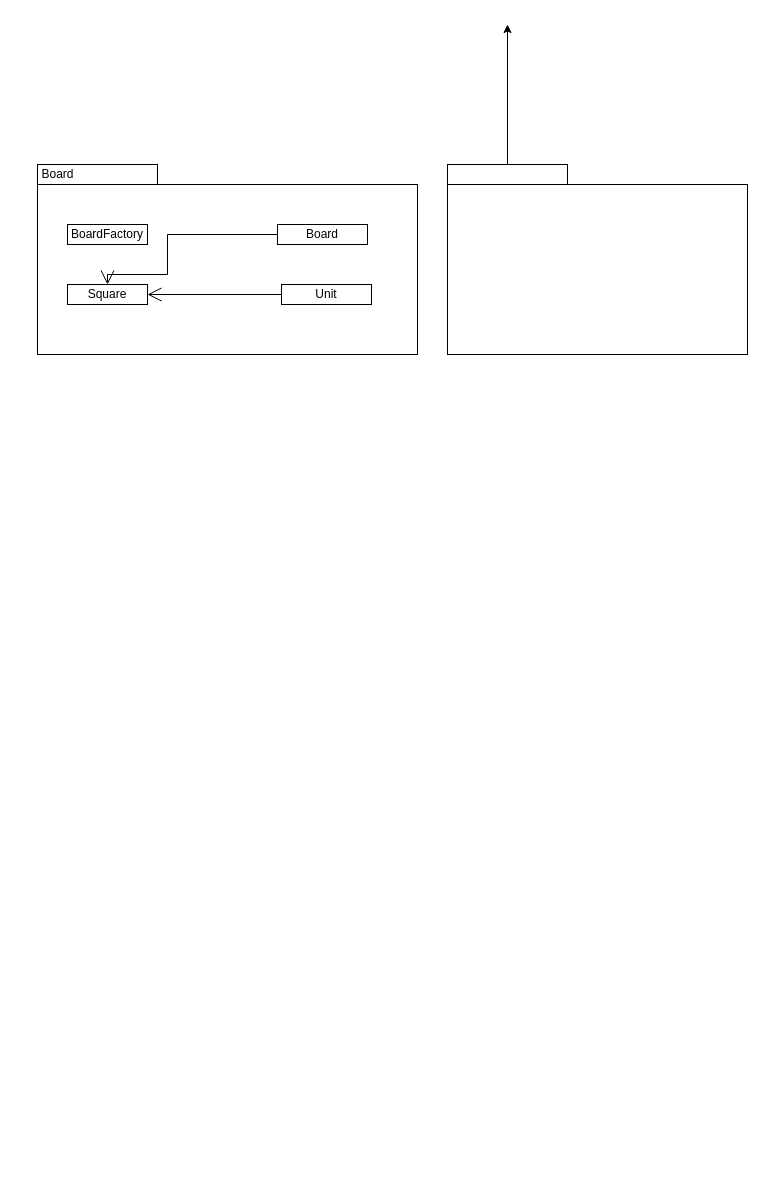
The draw.io diagram Untitled Diagram.drawio in rupalsaxena/Software-Construction, before the edit. Source tidied: cells renumbered, new cells numbered last; positions are measured from the earlier drawing's top-left corner, leaving out a move shared by most shapes. Both pictures are drawn from the tidied source at 100%, with x=0, y=0 at pixel (32, 24).
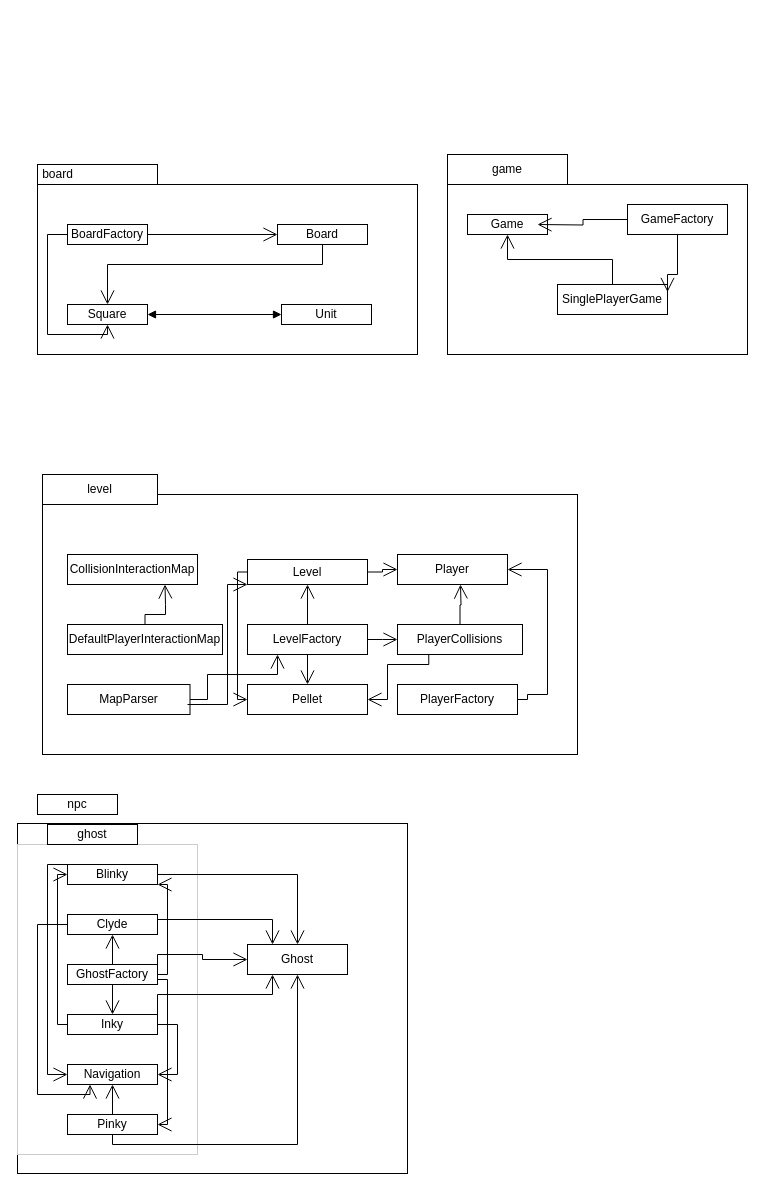
Above is the later version.

The change refers to these unchanged cells:
```xml
<mxCell id="5" value="BoardFactory" style="rounded=0;whiteSpace=wrap;html=1;" parent="1" vertex="1">
  <mxGeometry x="35" y="200" width="80" height="20" as="geometry" />
</mxCell>
<mxCell id="6" value="Board" style="rounded=0;whiteSpace=wrap;html=1;" parent="1" vertex="1">
  <mxGeometry x="245" y="200" width="90" height="20" as="geometry" />
</mxCell>
```

The edit, as a diff of the source:
```diff
@@
-    <mxCell id="4" value="Board" style="text;html=1;align=center;verticalAlign=middle;strokeColor=none;fillColor=none;" parent="1" vertex="1">
+    <mxCell id="4" value="board" style="text;html=1;align=center;verticalAlign=middle;strokeColor=none;fillColor=none;" parent="1" vertex="1">
       <mxGeometry y="140" width="50" height="20" as="geometry" />
     </mxCell>
@@
     <mxCell id="7" value="Square" style="rounded=0;whiteSpace=wrap;html=1;" parent="1" vertex="1">
-      <mxGeometry x="35" y="260" width="80" height="20" as="geometry" />
+      <mxGeometry x="35" y="280" width="80" height="20" as="geometry" />
     </mxCell>
@@
-    <mxCell id="9" style="edgeStyle=orthogonalEdgeStyle;rounded=0;jettySize=auto;html=1;" parent="1" edge="1" source="10">
-      <mxGeometry relative="1" as="geometry">
-        <mxPoint x="475" as="targetPoint" />
-      </mxGeometry>
-    </mxCell>
-    <mxCell id="10" style="rounded=0;whiteSpace=wrap;html=1;" parent="1" vertex="1">
-      <mxGeometry x="415" y="140" width="120" height="20" as="geometry" />
+    <mxCell id="10" value="game" style="rounded=0;whiteSpace=wrap;html=1;" parent="1" vertex="1">
+      <mxGeometry x="415" y="130" width="120" height="30" as="geometry" />
     </mxCell>
-    <mxCell id="11" style="endArrow=open;endFill=1;endSize=12;html=1;rounded=0;edgeStyle=orthogonalEdgeStyle;entryX=1;entryY=0.5;entryDx=0;entryDy=0;startArrow=none;" parent="1" edge="1" source="12" target="7">
-      <mxGeometry relative="1" as="geometry" />
-    </mxCell>
     <mxCell id="12" value="Unit" style="rounded=0;whiteSpace=wrap;html=1;" parent="1" vertex="1">
-      <mxGeometry x="249" y="260" width="90" height="20" as="geometry" />
+      <mxGeometry x="249" y="280" width="90" height="20" as="geometry" />
     </mxCell>
     <mxCell id="13" style="endArrow=open;endFill=1;endSize=12;html=1;rounded=0;edgeStyle=orthogonalEdgeStyle;" parent="1" edge="1" source="6" target="7">
       <mxGeometry relative="1" as="geometry">
         <Array as="points">
-          <mxPoint x="135" y="210" />
-          <mxPoint x="135" y="250" />
-          <mxPoint x="75" y="250" />
+          <mxPoint x="290" y="240" />
+          <mxPoint x="75" y="240" />
         </Array>
       </mxGeometry>
     </mxCell>
+    <mxCell id="14" style="endArrow=open;endFill=1;endSize=12;html=1;rounded=0;edgeStyle=orthogonalEdgeStyle;" parent="1" edge="1" source="5" target="6">
+      <mxGeometry relative="1" as="geometry" />
+    </mxCell>
+    <mxCell id="15" style="endArrow=open;endFill=1;endSize=12;html=1;rounded=0;edgeStyle=orthogonalEdgeStyle;entryX=0.5;entryY=1;entryDx=0;entryDy=0;exitX=0;exitY=0.5;exitDx=0;exitDy=0;" parent="1" edge="1" source="5" target="7">
+      <mxGeometry relative="1" as="geometry">
+        <Array as="points">
+          <mxPoint x="15" y="210" />
+          <mxPoint x="15" y="310" />
+          <mxPoint x="75" y="310" />
+        </Array>
+      </mxGeometry>
+    </mxCell>
+    <mxCell id="16" style="endArrow=block;startArrow=block;endFill=1;startFill=1;html=1;rounded=0;edgeStyle=orthogonalEdgeStyle;entryX=0;entryY=0.5;entryDx=0;entryDy=0;exitX=1;exitY=0.5;exitDx=0;exitDy=0;" parent="1" edge="1" source="7" target="12">
+      <mxGeometry relative="1" as="geometry" />
+    </mxCell>
+    <mxCell id="17" value="Game" style="rounded=0;whiteSpace=wrap;html=1;" parent="1" vertex="1">
+      <mxGeometry x="435" y="190" width="80" height="20" as="geometry" />
+    </mxCell>
+    <mxCell id="18" value="SinglePlayerGame" style="rounded=0;whiteSpace=wrap;html=1;" parent="1" vertex="1">
+      <mxGeometry x="525" y="260" width="110" height="30" as="geometry" />
+    </mxCell>
+    <mxCell id="19" value="GameFactory" style="rounded=0;whiteSpace=wrap;html=1;" parent="1" vertex="1">
+      <mxGeometry x="595" y="180" width="100" height="30" as="geometry" />
+    </mxCell>
+    <mxCell id="20" style="endArrow=open;endFill=1;endSize=12;html=1;rounded=0;edgeStyle=orthogonalEdgeStyle;exitX=0;exitY=0.5;exitDx=0;exitDy=0;" parent="1" edge="1" source="19">
+      <mxGeometry relative="1" as="geometry">
+        <mxPoint x="505" y="200" as="targetPoint" />
+      </mxGeometry>
+    </mxCell>
+    <mxCell id="21" style="endArrow=open;endFill=1;endSize=12;html=1;rounded=0;edgeStyle=orthogonalEdgeStyle;exitX=0.5;exitY=1;exitDx=0;exitDy=0;entryX=1;entryY=0.25;entryDx=0;entryDy=0;" parent="1" edge="1" source="19" target="18">
+      <mxGeometry relative="1" as="geometry">
+        <Array as="points">
+          <mxPoint x="645" y="250" />
+          <mxPoint x="635" y="250" />
+        </Array>
+      </mxGeometry>
+    </mxCell>
+    <mxCell id="22" style="endArrow=open;endFill=1;endSize=12;html=1;rounded=0;edgeStyle=orthogonalEdgeStyle;exitX=0.5;exitY=0;exitDx=0;exitDy=0;entryX=0.5;entryY=1;entryDx=0;entryDy=0;" parent="1" edge="1" source="18" target="17">
+      <mxGeometry relative="1" as="geometry" />
+    </mxCell>
+    <mxCell id="23" style="rounded=0;whiteSpace=wrap;html=1;" parent="1" vertex="1">
+      <mxGeometry x="10" y="470" width="535" height="260" as="geometry" />
+    </mxCell>
+    <mxCell id="24" value="level" style="rounded=0;whiteSpace=wrap;html=1;" parent="1" vertex="1">
+      <mxGeometry x="10" y="450" width="115" height="30" as="geometry" />
+    </mxCell>
+    <mxCell id="25" value="CollisionInteractionMap" style="rounded=0;whiteSpace=wrap;html=1;" parent="1" vertex="1">
+      <mxGeometry x="35" y="530" width="130" height="30" as="geometry" />
+    </mxCell>
+    <mxCell id="26" value="DefaultPlayerInteractionMap" style="rounded=0;whiteSpace=wrap;html=1;" parent="1" vertex="1">
+      <mxGeometry x="35" y="600" width="155" height="30" as="geometry" />
+    </mxCell>
+    <mxCell id="27" value="Level" style="rounded=0;whiteSpace=wrap;html=1;" parent="1" vertex="1">
+      <mxGeometry x="215" y="535" width="120" height="25" as="geometry" />
+    </mxCell>
+    <mxCell id="28" value="LevelFactory" style="rounded=0;whiteSpace=wrap;html=1;" parent="1" vertex="1">
+      <mxGeometry x="215" y="600" width="120" height="30" as="geometry" />
+    </mxCell>
+    <mxCell id="29" value="MapParser" style="rounded=0;whiteSpace=wrap;html=1;" parent="1" vertex="1">
+      <mxGeometry x="35" y="660" width="122.5" height="30" as="geometry" />
+    </mxCell>
+    <mxCell id="30" value="Pellet" style="rounded=0;whiteSpace=wrap;html=1;" parent="1" vertex="1">
+      <mxGeometry x="215" y="660" width="120" height="30" as="geometry" />
+    </mxCell>
+    <mxCell id="31" value="Player" style="rounded=0;whiteSpace=wrap;html=1;" parent="1" vertex="1">
+      <mxGeometry x="365" y="530" width="110" height="30" as="geometry" />
+    </mxCell>
+    <mxCell id="32" value="PlayerCollisions" style="rounded=0;whiteSpace=wrap;html=1;" parent="1" vertex="1">
+      <mxGeometry x="365" y="600" width="125" height="30" as="geometry" />
+    </mxCell>
+    <mxCell id="33" value="PlayerFactory" style="rounded=0;whiteSpace=wrap;html=1;" parent="1" vertex="1">
+      <mxGeometry x="365" y="660" width="120" height="30" as="geometry" />
+    </mxCell>
+    <mxCell id="34" style="endArrow=open;endFill=1;endSize=12;html=1;rounded=0;edgeStyle=orthogonalEdgeStyle;exitX=0.5;exitY=0;exitDx=0;exitDy=0;entryX=0.75;entryY=1;entryDx=0;entryDy=0;" parent="1" edge="1" source="26" target="25">
+      <mxGeometry relative="1" as="geometry">
+        <Array as="points">
+          <mxPoint x="113" y="590" />
+          <mxPoint x="133" y="590" />
+          <mxPoint x="133" y="580" />
+          <mxPoint x="133" y="580" />
+        </Array>
+      </mxGeometry>
+    </mxCell>
+    <mxCell id="35" style="endArrow=open;endFill=1;endSize=12;html=1;rounded=0;edgeStyle=orthogonalEdgeStyle;exitX=1;exitY=0.5;exitDx=0;exitDy=0;entryX=0;entryY=0.5;entryDx=0;entryDy=0;" parent="1" edge="1" source="27" target="31">
+      <mxGeometry relative="1" as="geometry" />
+    </mxCell>
+    <mxCell id="36" style="endArrow=open;endFill=1;endSize=12;html=1;rounded=0;edgeStyle=orthogonalEdgeStyle;exitX=0.5;exitY=0;exitDx=0;exitDy=0;entryX=0.5;entryY=1;entryDx=0;entryDy=0;" parent="1" edge="1" source="28" target="27">
+      <mxGeometry relative="1" as="geometry" />
+    </mxCell>
+    <mxCell id="37" style="endArrow=open;endFill=1;endSize=12;html=1;rounded=0;edgeStyle=orthogonalEdgeStyle;exitX=1;exitY=0.5;exitDx=0;exitDy=0;" parent="1" edge="1" source="28">
+      <mxGeometry relative="1" as="geometry">
+        <mxPoint x="365" y="615" as="targetPoint" />
+      </mxGeometry>
+    </mxCell>
+    <mxCell id="38" style="endArrow=open;endFill=1;endSize=12;html=1;rounded=0;edgeStyle=orthogonalEdgeStyle;exitX=0.5;exitY=1;exitDx=0;exitDy=0;entryX=0.5;entryY=0;entryDx=0;entryDy=0;" parent="1" edge="1" source="28" target="30">
+      <mxGeometry relative="1" as="geometry" />
+    </mxCell>
+    <mxCell id="39" style="endArrow=open;endFill=1;endSize=12;html=1;rounded=0;edgeStyle=orthogonalEdgeStyle;exitX=0;exitY=0.5;exitDx=0;exitDy=0;entryX=0;entryY=0.5;entryDx=0;entryDy=0;" parent="1" edge="1" source="27" target="30">
+      <mxGeometry relative="1" as="geometry" />
+    </mxCell>
+    <mxCell id="40" style="endArrow=open;endFill=1;endSize=12;html=1;rounded=0;edgeStyle=orthogonalEdgeStyle;exitX=1;exitY=0.5;exitDx=0;exitDy=0;entryX=0.25;entryY=1;entryDx=0;entryDy=0;" parent="1" edge="1" source="29" target="28">
+      <mxGeometry relative="1" as="geometry">
+        <Array as="points">
+          <mxPoint x="175" y="675" />
+          <mxPoint x="175" y="650" />
+          <mxPoint x="245" y="650" />
+        </Array>
+      </mxGeometry>
+    </mxCell>
+    <mxCell id="41" style="endArrow=open;endFill=1;endSize=12;html=1;rounded=0;edgeStyle=orthogonalEdgeStyle;entryX=0;entryY=1;entryDx=0;entryDy=0;" parent="1" edge="1" target="27">
+      <mxGeometry relative="1" as="geometry">
+        <mxPoint x="155" y="680" as="sourcePoint" />
+        <Array as="points">
+          <mxPoint x="195" y="680" />
+          <mxPoint x="195" y="560" />
+        </Array>
+      </mxGeometry>
+    </mxCell>
+    <mxCell id="42" style="endArrow=open;endFill=1;endSize=12;html=1;rounded=0;edgeStyle=orthogonalEdgeStyle;exitX=0.25;exitY=1;exitDx=0;exitDy=0;entryX=1;entryY=0.5;entryDx=0;entryDy=0;" parent="1" edge="1" source="32" target="30">
+      <mxGeometry relative="1" as="geometry">
+        <Array as="points">
+          <mxPoint x="396" y="640" />
+          <mxPoint x="355" y="640" />
+          <mxPoint x="355" y="675" />
+        </Array>
+      </mxGeometry>
+    </mxCell>
+    <mxCell id="43" style="endArrow=open;endFill=1;endSize=12;html=1;rounded=0;edgeStyle=orthogonalEdgeStyle;exitX=0.5;exitY=0;exitDx=0;exitDy=0;" parent="1" edge="1" source="32">
+      <mxGeometry relative="1" as="geometry">
+        <mxPoint x="428" y="560" as="targetPoint" />
+      </mxGeometry>
+    </mxCell>
+    <mxCell id="44" style="endArrow=open;endFill=1;endSize=12;html=1;rounded=0;edgeStyle=orthogonalEdgeStyle;exitX=1;exitY=0.5;exitDx=0;exitDy=0;entryX=1;entryY=0.5;entryDx=0;entryDy=0;" parent="1" edge="1" source="33" target="31">
+      <mxGeometry relative="1" as="geometry">
+        <Array as="points">
+          <mxPoint x="495" y="675" />
+          <mxPoint x="495" y="670" />
+          <mxPoint x="515" y="670" />
+          <mxPoint x="515" y="545" />
+        </Array>
+      </mxGeometry>
+    </mxCell>
+    <mxCell id="45" style="rounded=0;whiteSpace=wrap;html=1;" parent="1" vertex="1">
+      <mxGeometry x="-15" y="799" width="390" height="350" as="geometry" />
+    </mxCell>
+    <mxCell id="46" value="npc" style="rounded=0;whiteSpace=wrap;html=1;" parent="1" vertex="1">
+      <mxGeometry x="5" y="770" width="80" height="20" as="geometry" />
+    </mxCell>
+    <mxCell id="47" style="rounded=0;whiteSpace=wrap;html=1;strokeColor=#CCCCCC;" parent="1" vertex="1">
+      <mxGeometry x="-15" y="820" width="180" height="310" as="geometry" />
+    </mxCell>
+    <mxCell id="48" value="Blinky" style="rounded=0;whiteSpace=wrap;html=1;" parent="1" vertex="1">
+      <mxGeometry x="35" y="840" width="90" height="20" as="geometry" />
+    </mxCell>
+    <mxCell id="49" value="ghost" style="rounded=0;whiteSpace=wrap;html=1;" parent="1" vertex="1">
+      <mxGeometry x="15" y="800" width="90" height="20" as="geometry" />
+    </mxCell>
+    <mxCell id="50" value="Clyde" style="rounded=0;whiteSpace=wrap;html=1;" parent="1" vertex="1">
+      <mxGeometry x="35" y="890" width="90" height="20" as="geometry" />
+    </mxCell>
+    <mxCell id="51" value="GhostFactory" style="rounded=0;whiteSpace=wrap;html=1;" parent="1" vertex="1">
+      <mxGeometry x="35" y="940" width="90" height="20" as="geometry" />
+    </mxCell>
+    <mxCell id="52" value="Inky" style="rounded=0;whiteSpace=wrap;html=1;" parent="1" vertex="1">
+      <mxGeometry x="35" y="990" width="90" height="20" as="geometry" />
+    </mxCell>
+    <mxCell id="53" value="Navigation" style="rounded=0;whiteSpace=wrap;html=1;" parent="1" vertex="1">
+      <mxGeometry x="35" y="1040" width="90" height="20" as="geometry" />
+    </mxCell>
+    <mxCell id="54" value="Pinky" style="rounded=0;whiteSpace=wrap;html=1;" parent="1" vertex="1">
+      <mxGeometry x="35" y="1090" width="90" height="20" as="geometry" />
+    </mxCell>
+    <mxCell id="55" value="Ghost" style="rounded=0;whiteSpace=wrap;html=1;" parent="1" vertex="1">
+      <mxGeometry x="215" y="920" width="100" height="30" as="geometry" />
+    </mxCell>
+    <mxCell id="56" style="endArrow=open;endFill=1;endSize=12;html=1;rounded=0;edgeStyle=orthogonalEdgeStyle;exitX=1;exitY=0.5;exitDx=0;exitDy=0;entryX=0.5;entryY=0;entryDx=0;entryDy=0;entryPerimeter=0;" parent="1" edge="1" source="48" target="55">
+      <mxGeometry relative="1" as="geometry" />
+    </mxCell>
+    <mxCell id="57" style="endArrow=open;endFill=1;endSize=12;html=1;rounded=0;edgeStyle=orthogonalEdgeStyle;exitX=1;exitY=0.25;exitDx=0;exitDy=0;entryX=0.25;entryY=0;entryDx=0;entryDy=0;" parent="1" edge="1" source="50" target="55">
+      <mxGeometry relative="1" as="geometry" />
+    </mxCell>
+    <mxCell id="58" style="endArrow=open;endFill=1;endSize=12;html=1;rounded=0;edgeStyle=orthogonalEdgeStyle;entryX=0.25;entryY=1;entryDx=0;entryDy=0;exitX=0;exitY=0.5;exitDx=0;exitDy=0;" parent="1" edge="1" source="50" target="53">
+      <mxGeometry relative="1" as="geometry">
+        <Array as="points">
+          <mxPoint x="5" y="900" />
+          <mxPoint x="5" y="1070" />
+          <mxPoint x="58" y="1070" />
+        </Array>
+      </mxGeometry>
+    </mxCell>
+    <mxCell id="59" style="endArrow=open;endFill=1;endSize=12;html=1;rounded=0;edgeStyle=orthogonalEdgeStyle;exitX=0;exitY=0.25;exitDx=0;exitDy=0;" parent="1" edge="1" source="48">
+      <mxGeometry relative="1" as="geometry">
+        <mxPoint x="35" y="1050" as="targetPoint" />
+        <Array as="points">
+          <mxPoint x="35" y="840" />
+          <mxPoint x="15" y="840" />
+          <mxPoint x="15" y="1050" />
+        </Array>
+      </mxGeometry>
+    </mxCell>
+    <mxCell id="60" style="endArrow=open;endFill=1;endSize=12;html=1;rounded=0;edgeStyle=orthogonalEdgeStyle;exitX=1;exitY=0.5;exitDx=0;exitDy=0;" parent="1" edge="1" source="51">
+      <mxGeometry relative="1" as="geometry">
+        <mxPoint x="125" y="860" as="targetPoint" />
+        <Array as="points">
+          <mxPoint x="135" y="950" />
+          <mxPoint x="135" y="860" />
+        </Array>
+      </mxGeometry>
+    </mxCell>
+    <mxCell id="61" style="endArrow=open;endFill=1;endSize=12;html=1;rounded=0;edgeStyle=orthogonalEdgeStyle;exitX=0.5;exitY=0;exitDx=0;exitDy=0;entryX=0.5;entryY=1;entryDx=0;entryDy=0;" parent="1" edge="1" source="51" target="50">
+      <mxGeometry relative="1" as="geometry" />
+    </mxCell>
+    <mxCell id="62" style="endArrow=open;endFill=1;endSize=12;html=1;rounded=0;edgeStyle=orthogonalEdgeStyle;exitX=0.5;exitY=1;exitDx=0;exitDy=0;entryX=0.5;entryY=0;entryDx=0;entryDy=0;" parent="1" edge="1" source="51" target="52">
+      <mxGeometry relative="1" as="geometry" />
+    </mxCell>
+    <mxCell id="63" style="endArrow=open;endFill=1;endSize=12;html=1;rounded=0;edgeStyle=orthogonalEdgeStyle;exitX=1;exitY=0.75;exitDx=0;exitDy=0;entryX=1;entryY=0.5;entryDx=0;entryDy=0;" parent="1" edge="1" source="51" target="54">
+      <mxGeometry relative="1" as="geometry" />
+    </mxCell>
+    <mxCell id="64" style="endArrow=open;endFill=1;endSize=12;html=1;rounded=0;edgeStyle=orthogonalEdgeStyle;exitX=1;exitY=0;exitDx=0;exitDy=0;entryX=0;entryY=0.5;entryDx=0;entryDy=0;" parent="1" edge="1" source="51" target="55">
+      <mxGeometry relative="1" as="geometry" />
+    </mxCell>
+    <mxCell id="65" style="endArrow=open;endFill=1;endSize=12;html=1;rounded=0;edgeStyle=orthogonalEdgeStyle;exitX=0;exitY=0.5;exitDx=0;exitDy=0;entryX=0;entryY=0.5;entryDx=0;entryDy=0;" parent="1" edge="1" source="52" target="48">
+      <mxGeometry relative="1" as="geometry" />
+    </mxCell>
+    <mxCell id="66" style="endArrow=open;endFill=1;endSize=12;html=1;rounded=0;edgeStyle=orthogonalEdgeStyle;exitX=1;exitY=0.5;exitDx=0;exitDy=0;entryX=1;entryY=0.5;entryDx=0;entryDy=0;" parent="1" edge="1" source="52" target="53">
+      <mxGeometry relative="1" as="geometry">
+        <Array as="points">
+          <mxPoint x="145" y="1000" />
+          <mxPoint x="145" y="1050" />
+        </Array>
+      </mxGeometry>
+    </mxCell>
+    <mxCell id="67" style="endArrow=open;endFill=1;endSize=12;html=1;rounded=0;edgeStyle=orthogonalEdgeStyle;exitX=1;exitY=0;exitDx=0;exitDy=0;entryX=0.25;entryY=1;entryDx=0;entryDy=0;" parent="1" edge="1" source="52" target="55">
+      <mxGeometry relative="1" as="geometry" />
+    </mxCell>
+    <mxCell id="68" style="endArrow=open;endFill=1;endSize=12;html=1;rounded=0;edgeStyle=orthogonalEdgeStyle;exitX=0.5;exitY=0;exitDx=0;exitDy=0;" parent="1" edge="1" source="54">
+      <mxGeometry relative="1" as="geometry">
+        <mxPoint x="80" y="1060" as="targetPoint" />
+      </mxGeometry>
+    </mxCell>
+    <mxCell id="69" style="endArrow=open;endFill=1;endSize=12;html=1;rounded=0;edgeStyle=orthogonalEdgeStyle;exitX=0.5;exitY=1;exitDx=0;exitDy=0;entryX=0.5;entryY=1;entryDx=0;entryDy=0;" parent="1" edge="1" source="54" target="55">
+      <mxGeometry relative="1" as="geometry" />
+    </mxCell>
```
